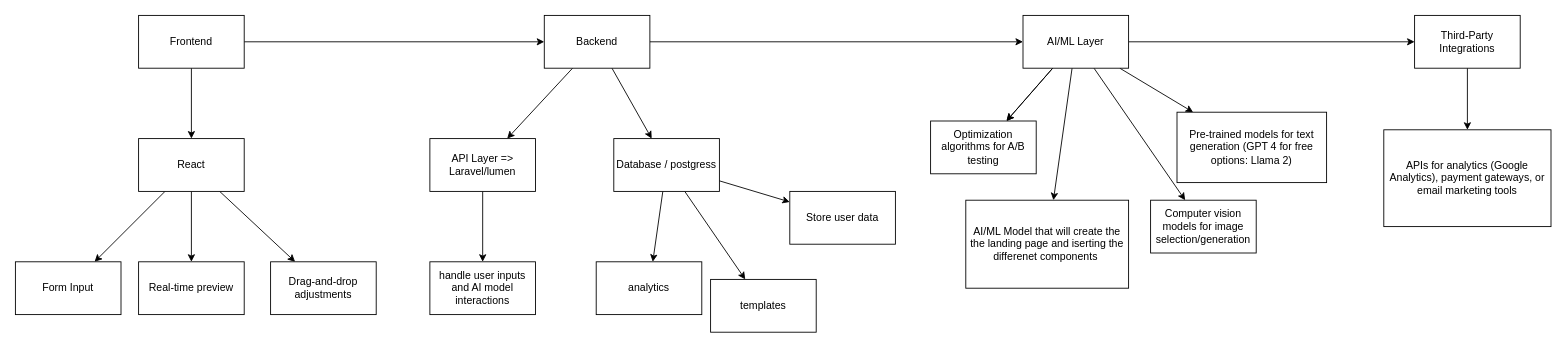
Before: page "SA/TS v2" (2 of 6) of System_architecture.drawio in Nazar963/LandingPro_AI, a draw.io diagram. Source tidied: cells renumbered, new cells numbered last; positions are measured from the earlier drawing's top-left corner, leaving out a move shared by most shapes. Both pictures are drawn from the tidied source at 88%, with x=0, y=0 at pixel (15, 15).
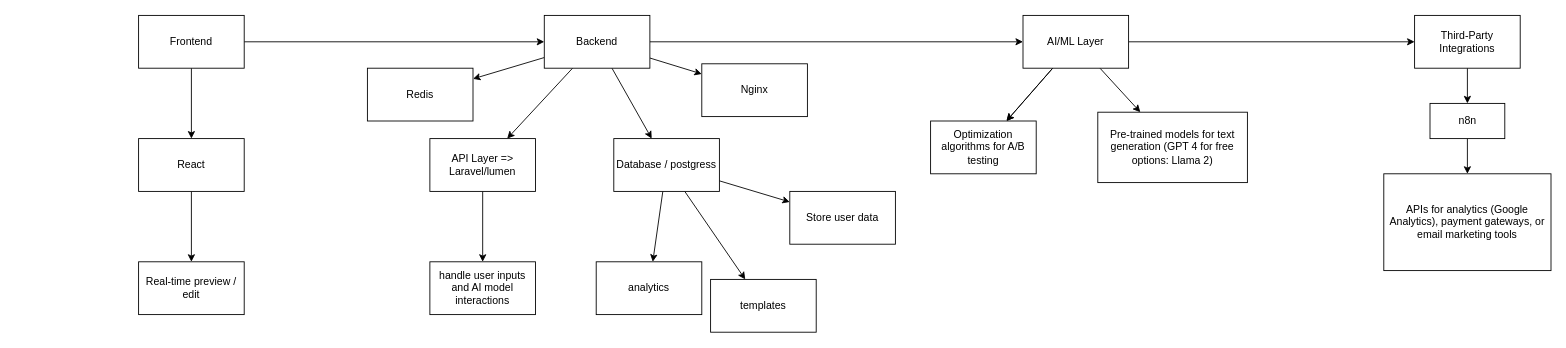
The same page after the edit.

Unchanged cells that the change refers to:
```xml
<mxCell id="8" value="React" style="whiteSpace=wrap;html=1;" parent="1" vertex="1">
  <mxGeometry x="140" y="140" width="120" height="60" as="geometry" />
</mxCell>
<mxCell id="15" value="Backend" style="whiteSpace=wrap;html=1;" parent="1" vertex="1">
  <mxGeometry x="601" width="120" height="60" as="geometry" />
</mxCell>
<mxCell id="32" value="AI/ML Layer" style="whiteSpace=wrap;html=1;" parent="1" vertex="1">
  <mxGeometry x="1145" width="120" height="60" as="geometry" />
</mxCell>
<mxCell id="37" value="Third-Party Integrations" style="whiteSpace=wrap;html=1;" parent="1" vertex="1">
  <mxGeometry x="1590" width="120" height="60" as="geometry" />
</mxCell>
```

Change to the diagram source:
```diff
@@
-    <mxCell id="5" style="edgeStyle=none;html=1;" parent="1" edge="1" source="8" target="9">
-      <mxGeometry relative="1" as="geometry" />
-    </mxCell>
-    <mxCell id="6" style="edgeStyle=none;html=1;" parent="1" edge="1" source="8" target="10">
-      <mxGeometry relative="1" as="geometry" />
-    </mxCell>
@@
-    <mxCell id="9" value="Form Input" style="whiteSpace=wrap;html=1;" parent="1" vertex="1">
-      <mxGeometry y="280" width="120" height="60" as="geometry" />
-    </mxCell>
-    <mxCell id="10" value="Drag-and-drop adjustments" style="whiteSpace=wrap;html=1;" parent="1" vertex="1">
-      <mxGeometry x="290" y="280" width="120" height="60" as="geometry" />
-    </mxCell>
-    <mxCell id="11" value="Real-time preview" style="whiteSpace=wrap;html=1;" parent="1" vertex="1">
+    <mxCell id="11" value="Real-time preview / edit" style="whiteSpace=wrap;html=1;" parent="1" vertex="1">
       <mxGeometry x="140" y="280" width="120" height="60" as="geometry" />
     </mxCell>
@@
+    <mxCell id="40" style="edgeStyle=none;html=1;" parent="1" edge="1" source="15" target="44">
+      <mxGeometry relative="1" as="geometry" />
+    </mxCell>
+    <mxCell id="41" style="edgeStyle=none;html=1;" parent="1" edge="1" source="15" target="45">
+      <mxGeometry relative="1" as="geometry" />
+    </mxCell>
@@
-    <mxCell id="27" style="edgeStyle=none;html=1;" parent="1" edge="1" source="32" target="34">
-      <mxGeometry relative="1" as="geometry" />
-    </mxCell>
@@
-    <mxCell id="31" style="edgeStyle=none;html=1;" parent="1" edge="1" source="32" target="39">
-      <mxGeometry relative="1" as="geometry" />
-    </mxCell>
@@
-    <mxCell id="33" value="&lt;font style=&quot;color: light-dark(rgb(0, 0, 0), rgb(255, 255, 255));&quot;&gt;&lt;font style=&quot;&quot;&gt;Pre-trained models for text generation (GPT 4&amp;nbsp;&lt;/font&gt;for free options:&amp;nbsp;Llama 2)&lt;/font&gt;" style="whiteSpace=wrap;html=1;strokeColor=light-dark(#000000,#FFFFFF);fontColor=light-dark(#000000,#FFFFFF);" parent="1" vertex="1">
-      <mxGeometry x="1320" y="110" width="170" height="80" as="geometry" />
+    <mxCell id="33" value="&lt;font style=&quot;&quot;&gt;&lt;font style=&quot;&quot;&gt;&lt;font style=&quot;color: light-dark(rgb(0, 0, 0), rgb(255, 255, 255));&quot;&gt;Pre-trained models for text generation (GPT 4&amp;nbsp;&lt;/font&gt;&lt;/font&gt;&lt;font style=&quot;color: light-dark(rgb(0, 0, 0), rgb(255, 255, 255));&quot;&gt;for free options:&amp;nbsp;Llama 2)&lt;/font&gt;&lt;/font&gt;" style="whiteSpace=wrap;html=1;strokeColor=light-dark(#000000,#FFFFFF);fontColor=light-dark(#000000,#FFFFFF);" parent="1" vertex="1">
+      <mxGeometry x="1230" y="110" width="170" height="80" as="geometry" />
     </mxCell>
-    <mxCell id="34" value="Computer vision models for image selection/generation" style="whiteSpace=wrap;html=1;" parent="1" vertex="1">
-      <mxGeometry x="1290" y="210" width="120" height="60" as="geometry" />
-    </mxCell>
@@
-    <mxCell id="36" style="edgeStyle=none;html=1;" parent="1" edge="1" source="37" target="38">
+    <mxCell id="36" style="edgeStyle=none;html=1;" parent="1" edge="1" source="43" target="38">
       <mxGeometry relative="1" as="geometry" />
     </mxCell>
+    <mxCell id="42" style="edgeStyle=none;html=1;" parent="1" edge="1" source="37" target="43">
+      <mxGeometry relative="1" as="geometry" />
+    </mxCell>
@@
     <mxCell id="38" value="APIs for analytics (Google Analytics), payment gateways, or email marketing tools" style="whiteSpace=wrap;html=1;" parent="1" vertex="1">
-      <mxGeometry x="1555" y="130" width="190" height="110" as="geometry" />
+      <mxGeometry x="1555" y="180" width="190" height="110" as="geometry" />
     </mxCell>
-    <mxCell id="39" value="AI/ML Model that will create the the landing page and iserting the differenet components&amp;nbsp;" style="whiteSpace=wrap;html=1;" parent="1" vertex="1">
-      <mxGeometry x="1080" y="210" width="185" height="100" as="geometry" />
-    </mxCell>
+    <mxCell id="43" value="n8n" style="whiteSpace=wrap;html=1;" parent="1" vertex="1">
+      <mxGeometry x="1607.5" y="100" width="85" height="40" as="geometry" />
+    </mxCell>
+    <mxCell id="44" value="Nginx" style="whiteSpace=wrap;html=1;" parent="1" vertex="1">
+      <mxGeometry x="780" y="55" width="120" height="60" as="geometry" />
+    </mxCell>
+    <mxCell id="45" value="Redis" style="whiteSpace=wrap;html=1;" parent="1" vertex="1">
+      <mxGeometry x="400" y="60" width="120" height="60" as="geometry" />
+    </mxCell>
```
